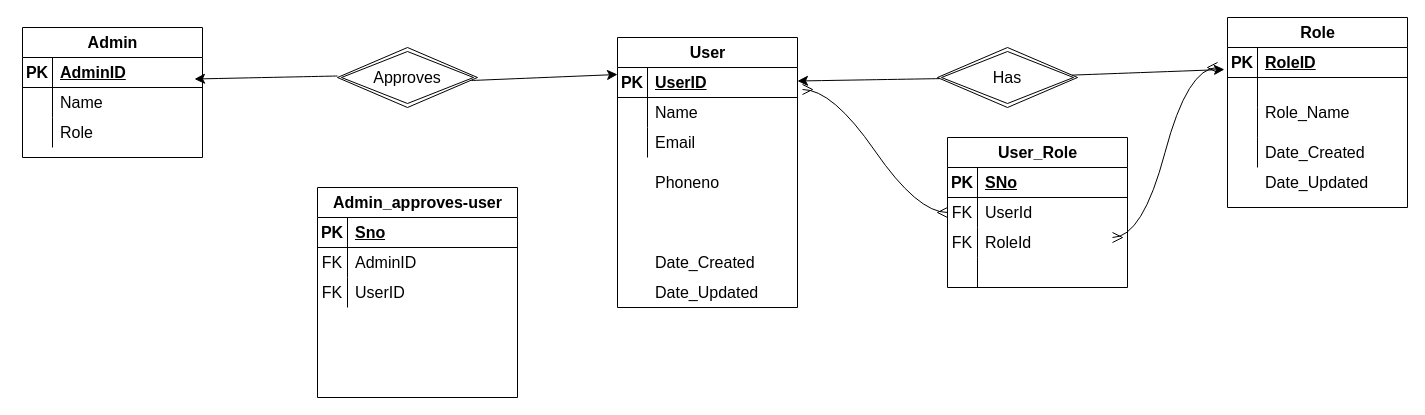
Earlier version of the draw.io diagram Untitled Diagram.drawio (PoojaSharma2906/Chatting-Application-Java). Source tidied: cells renumbered, new cells numbered last; positions are measured from the earlier drawing's top-left corner, leaving out a move shared by most shapes. Both pictures are drawn from the tidied source at 100%, with x=0, y=0 at pixel (22, 17).
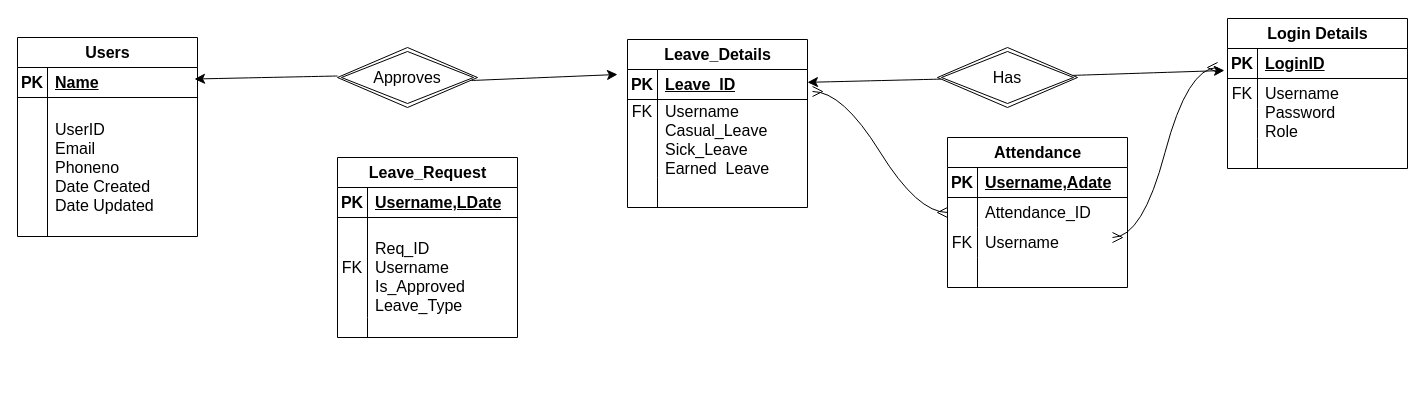
After the change.

The change refers to these unchanged cells:
```xml
<mxCell id="3" style="shape=tableRow;horizontal=0;startSize=0;swimlaneHead=0;swimlaneBody=0;fillColor=none;points=[[0,0.5],[1,0.5]];portConstraint=eastwest;top=0;left=0;right=0;bottom=1;fontSize=16;" parent="2" vertex="1">
  <mxGeometry y="30" width="180" height="30" as="geometry" />
</mxCell>
<mxCell id="13" style="shape=tableRow;horizontal=0;startSize=0;swimlaneHead=0;swimlaneBody=0;fillColor=none;points=[[0,0.5],[1,0.5]];portConstraint=eastwest;top=0;left=0;right=0;bottom=1;fontSize=16;" parent="12" vertex="1">
  <mxGeometry y="30" width="180" height="30" as="geometry" />
</mxCell>
<mxCell id="16" style="shape=tableRow;horizontal=0;startSize=0;swimlaneHead=0;swimlaneBody=0;fillColor=none;top=0;left=0;right=0;bottom=0;fontSize=16;" parent="12" vertex="1">
  <mxGeometry y="60" width="180" height="30" as="geometry" />
</mxCell>
<mxCell id="35" style="shape=tableRow;horizontal=0;startSize=0;swimlaneHead=0;swimlaneBody=0;fillColor=none;top=0;left=0;right=0;bottom=1;fontSize=16;" parent="34" vertex="1">
  <mxGeometry y="30" width="180" height="30" as="geometry" />
</mxCell>
<mxCell id="38" style="shape=tableRow;horizontal=0;startSize=0;swimlaneHead=0;swimlaneBody=0;fillColor=none;top=0;left=0;right=0;bottom=0;fontSize=16;" parent="34" vertex="1">
  <mxGeometry y="60" width="180" height="30" as="geometry" />
</mxCell>
<mxCell id="41" style="shape=tableRow;horizontal=0;startSize=0;swimlaneHead=0;swimlaneBody=0;fillColor=none;top=0;left=0;right=0;bottom=0;fontSize=16;" parent="34" vertex="1">
  <mxGeometry y="90" width="180" height="30" as="geometry" />
</mxCell>
<mxCell id="50" style="shape=tableRow;horizontal=0;startSize=0;swimlaneHead=0;swimlaneBody=0;fillColor=none;top=0;left=0;right=0;bottom=1;fontSize=16;" parent="49" vertex="1">
  <mxGeometry y="30" width="180" height="30" as="geometry" />
</mxCell>
```

Diff of the diagram source:
```diff
@@
-    <mxCell id="2" value="User" style="shape=table;startSize=30;childLayout=tableLayout;rowLines=0;fontStyle=1;align=center;html=1;fontSize=16;" parent="1" vertex="1">
-      <mxGeometry x="595" y="20" width="180" height="270" as="geometry" />
+    <mxCell id="2" value="Leave_Details" style="shape=table;startSize=30;childLayout=tableLayout;rowLines=0;fontStyle=1;align=center;html=1;fontSize=16;" parent="1" vertex="1">
+      <mxGeometry x="605" y="22" width="180" height="168" as="geometry" />
     </mxCell>
@@
-    <mxCell id="5" value="UserID" style="shape=partialRectangle;fillColor=none;top=0;left=0;bottom=0;right=0;align=left;spacingLeft=6;fontStyle=5;overflow=hidden;whiteSpace=wrap;html=1;fontSize=16;" parent="3" vertex="1">
+    <mxCell id="5" value="Leave_ID" style="shape=partialRectangle;fillColor=none;top=0;left=0;bottom=0;right=0;align=left;spacingLeft=6;fontStyle=5;overflow=hidden;whiteSpace=wrap;html=1;fontSize=16;" parent="3" vertex="1">
       <mxGeometry x="30" width="150" height="30" as="geometry" />
     </mxCell>
     <mxCell id="6" style="shape=tableRow;horizontal=0;startSize=0;swimlaneHead=0;swimlaneBody=0;fillColor=none;top=0;left=0;right=0;bottom=0;fontSize=16;" parent="2" vertex="1">
-      <mxGeometry y="60" width="180" height="30" as="geometry" />
+      <mxGeometry y="60" width="180" height="78" as="geometry" />
     </mxCell>
-    <mxCell id="7" style="shape=partialRectangle;fillColor=none;top=0;left=0;bottom=0;right=0;overflow=hidden;whiteSpace=wrap;html=1;fontSize=16;" parent="6" vertex="1">
-      <mxGeometry width="30" height="30" as="geometry" />
+    <mxCell id="7" value="FK&lt;br&gt;&lt;br&gt;&lt;br&gt;&lt;br&gt;" style="shape=partialRectangle;fillColor=none;top=0;left=0;bottom=0;right=0;overflow=hidden;whiteSpace=wrap;html=1;fontSize=16;" parent="6" vertex="1">
+      <mxGeometry width="30" height="78" as="geometry" />
     </mxCell>
-    <mxCell id="8" value="Name" style="shape=partialRectangle;fillColor=none;top=0;left=0;bottom=0;right=0;align=left;spacingLeft=6;overflow=hidden;whiteSpace=wrap;html=1;fontSize=16;" parent="6" vertex="1">
-      <mxGeometry x="30" width="150" height="30" as="geometry" />
+    <mxCell id="8" value="Username&lt;br&gt;Casual_Leave&lt;br&gt;Sick_Leave&lt;br&gt;Earned_Leave&lt;br&gt;" style="shape=partialRectangle;fillColor=none;top=0;left=0;bottom=0;right=0;align=left;spacingLeft=6;overflow=hidden;whiteSpace=wrap;html=1;fontSize=16;" parent="6" vertex="1">
+      <mxGeometry x="30" width="150" height="78" as="geometry" />
     </mxCell>
     <mxCell id="9" style="shape=tableRow;horizontal=0;startSize=0;swimlaneHead=0;swimlaneBody=0;fillColor=none;top=0;left=0;right=0;bottom=0;fontSize=16;" parent="2" vertex="1">
-      <mxGeometry y="90" width="180" height="30" as="geometry" />
+      <mxGeometry y="138" width="180" height="30" as="geometry" />
     </mxCell>
@@
-    <mxCell id="11" value="Email" style="shape=partialRectangle;fillColor=none;top=0;left=0;bottom=0;right=0;align=left;spacingLeft=6;overflow=hidden;whiteSpace=wrap;html=1;fontSize=16;" parent="9" vertex="1">
+    <mxCell id="11" style="shape=partialRectangle;fillColor=none;top=0;left=0;bottom=0;right=0;align=left;spacingLeft=6;overflow=hidden;whiteSpace=wrap;html=1;fontSize=16;" parent="9" vertex="1">
       <mxGeometry x="30" width="150" height="30" as="geometry" />
     </mxCell>
-    <mxCell id="12" value="Role" style="shape=table;startSize=30;childLayout=tableLayout;rowLines=0;fontStyle=1;align=center;html=1;fontSize=16;" parent="1" vertex="1">
-      <mxGeometry x="1205" width="180" height="190" as="geometry" />
+    <mxCell id="12" value="Login Details" style="shape=table;startSize=30;childLayout=tableLayout;rowLines=0;fontStyle=1;align=center;html=1;fontSize=16;" parent="1" vertex="1">
+      <mxGeometry x="1205" y="1" width="180" height="150" as="geometry" />
     </mxCell>
@@
-    <mxCell id="15" value="RoleID" style="shape=partialRectangle;fillColor=none;top=0;left=0;bottom=0;right=0;align=left;spacingLeft=6;fontStyle=5;overflow=hidden;whiteSpace=wrap;html=1;fontSize=16;" parent="13" vertex="1">
+    <mxCell id="15" value="LoginID" style="shape=partialRectangle;fillColor=none;top=0;left=0;bottom=0;right=0;align=left;spacingLeft=6;fontStyle=5;overflow=hidden;whiteSpace=wrap;html=1;fontSize=16;" parent="13" vertex="1">
       <mxGeometry x="30" width="150" height="30" as="geometry" />
     </mxCell>
@@
-    <mxCell id="17" style="shape=partialRectangle;fillColor=none;top=0;left=0;bottom=0;right=0;overflow=hidden;whiteSpace=wrap;html=1;fontSize=16;" parent="16" vertex="1">
+    <mxCell id="17" value="FK" style="shape=partialRectangle;fillColor=none;top=0;left=0;bottom=0;right=0;overflow=hidden;whiteSpace=wrap;html=1;fontSize=16;" parent="16" vertex="1">
       <mxGeometry width="30" height="30" as="geometry" />
     </mxCell>
@@
-    <mxCell id="28" value="Phoneno" style="shape=partialRectangle;fillColor=none;top=0;left=0;bottom=0;right=0;align=left;spacingLeft=6;overflow=hidden;whiteSpace=wrap;html=1;fontSize=16;" parent="1" vertex="1">
-      <mxGeometry x="625" y="150" width="150" height="30" as="geometry" />
-    </mxCell>
-    <mxCell id="29" value="Date_Created" style="shape=partialRectangle;fillColor=none;top=0;left=0;bottom=0;right=0;align=left;spacingLeft=6;overflow=hidden;whiteSpace=wrap;html=1;fontSize=16;" parent="1" vertex="1">
-      <mxGeometry x="625" y="230" width="150" height="30" as="geometry" />
-    </mxCell>
-    <mxCell id="30" value="Date_Updated" style="shape=partialRectangle;fillColor=none;top=0;left=0;bottom=0;right=0;align=left;spacingLeft=6;overflow=hidden;whiteSpace=wrap;html=1;fontSize=16;" parent="1" vertex="1">
-      <mxGeometry x="625" y="260" width="150" height="30" as="geometry" />
-    </mxCell>
-    <mxCell id="31" value="Role_Name" style="shape=partialRectangle;fillColor=none;top=0;left=0;bottom=0;right=0;align=left;spacingLeft=6;overflow=hidden;whiteSpace=wrap;html=1;fontSize=16;" parent="1" vertex="1">
-      <mxGeometry x="1235" y="80" width="150" height="30" as="geometry" />
+    <mxCell id="31" value="Username&lt;br&gt;Password&lt;br&gt;Role" style="shape=partialRectangle;fillColor=none;top=0;left=0;bottom=0;right=0;align=left;spacingLeft=6;overflow=hidden;whiteSpace=wrap;html=1;fontSize=16;" parent="1" vertex="1">
+      <mxGeometry x="1235" y="55" width="150" height="80" as="geometry" />
     </mxCell>
-    <mxCell id="32" value="Date_Created" style="shape=partialRectangle;fillColor=none;top=0;left=0;bottom=0;right=0;align=left;spacingLeft=6;overflow=hidden;whiteSpace=wrap;html=1;fontSize=16;" parent="1" vertex="1">
-      <mxGeometry x="1235" y="120" width="150" height="30" as="geometry" />
-    </mxCell>
-    <mxCell id="33" value="Date_Updated" style="shape=partialRectangle;fillColor=none;top=0;left=0;bottom=0;right=0;align=left;spacingLeft=6;overflow=hidden;whiteSpace=wrap;html=1;fontSize=16;" parent="1" vertex="1">
-      <mxGeometry x="1235" y="150" width="150" height="30" as="geometry" />
-    </mxCell>
-    <mxCell id="34" value="User_Role" style="shape=table;startSize=30;childLayout=tableLayout;rowLines=0;fontStyle=1;align=center;html=1;fontSize=16;" parent="1" vertex="1">
+    <mxCell id="34" value="Attendance" style="shape=table;startSize=30;childLayout=tableLayout;rowLines=0;fontStyle=1;align=center;html=1;fontSize=16;" parent="1" vertex="1">
       <mxGeometry x="925" y="120" width="180" height="150" as="geometry" />
     </mxCell>
@@
-    <mxCell id="37" value="SNo" style="shape=partialRectangle;fillColor=none;top=0;left=0;bottom=0;right=0;align=left;spacingLeft=6;fontStyle=5;overflow=hidden;whiteSpace=wrap;html=1;fontSize=16;" parent="35" vertex="1">
+    <mxCell id="37" value="Username,Adate" style="shape=partialRectangle;fillColor=none;top=0;left=0;bottom=0;right=0;align=left;spacingLeft=6;fontStyle=5;overflow=hidden;whiteSpace=wrap;html=1;fontSize=16;" parent="35" vertex="1">
       <mxGeometry x="30" width="150" height="30" as="geometry" />
     </mxCell>
@@
-    <mxCell id="39" value="FK" style="shape=partialRectangle;fillColor=none;top=0;left=0;bottom=0;right=0;overflow=hidden;whiteSpace=wrap;html=1;fontSize=16;" parent="38" vertex="1">
+    <mxCell id="39" style="shape=partialRectangle;fillColor=none;top=0;left=0;bottom=0;right=0;overflow=hidden;whiteSpace=wrap;html=1;fontSize=16;" parent="38" vertex="1">
       <mxGeometry width="30" height="30" as="geometry" />
     </mxCell>
-    <mxCell id="40" value="UserId" style="shape=partialRectangle;fillColor=none;top=0;left=0;bottom=0;right=0;align=left;spacingLeft=6;overflow=hidden;whiteSpace=wrap;html=1;fontSize=16;" parent="38" vertex="1">
+    <mxCell id="40" value="Attendance_ID&lt;br&gt;" style="shape=partialRectangle;fillColor=none;top=0;left=0;bottom=0;right=0;align=left;spacingLeft=6;overflow=hidden;whiteSpace=wrap;html=1;fontSize=16;" parent="38" vertex="1">
       <mxGeometry x="30" width="150" height="30" as="geometry" />
     </mxCell>
@@
-    <mxCell id="43" value="RoleId" style="shape=partialRectangle;fillColor=none;top=0;left=0;bottom=0;right=0;align=left;spacingLeft=6;overflow=hidden;whiteSpace=wrap;html=1;fontSize=16;" parent="41" vertex="1">
+    <mxCell id="43" value="Username" style="shape=partialRectangle;fillColor=none;top=0;left=0;bottom=0;right=0;align=left;spacingLeft=6;overflow=hidden;whiteSpace=wrap;html=1;fontSize=16;" parent="41" vertex="1">
       <mxGeometry x="30" width="150" height="30" as="geometry" />
     </mxCell>
@@
-    <mxCell id="49" value="Admin" style="shape=table;startSize=30;childLayout=tableLayout;rowLines=0;fontStyle=1;align=center;html=1;fontSize=16;" parent="1" vertex="1">
-      <mxGeometry y="10" width="180" height="130" as="geometry" />
+    <mxCell id="49" value="Users" style="shape=table;startSize=30;childLayout=tableLayout;rowLines=0;fontStyle=1;align=center;html=1;fontSize=16;" parent="1" vertex="1">
+      <mxGeometry x="-5" y="20" width="180" height="199" as="geometry" />
     </mxCell>
@@
-    <mxCell id="52" value="AdminID" style="shape=partialRectangle;fillColor=none;top=0;left=0;bottom=0;right=0;align=left;spacingLeft=6;fontStyle=5;overflow=hidden;whiteSpace=wrap;html=1;fontSize=16;" parent="50" vertex="1">
+    <mxCell id="52" value="Name" style="shape=partialRectangle;fillColor=none;top=0;left=0;bottom=0;right=0;align=left;spacingLeft=6;fontStyle=5;overflow=hidden;whiteSpace=wrap;html=1;fontSize=16;" parent="50" vertex="1">
       <mxGeometry x="30" width="150" height="30" as="geometry" />
     </mxCell>
-    <mxCell id="53" style="shape=tableRow;horizontal=0;startSize=0;swimlaneHead=0;swimlaneBody=0;fillColor=none;top=0;left=0;right=0;bottom=0;fontSize=16;" parent="49" vertex="1">
-      <mxGeometry y="60" width="180" height="30" as="geometry" />
-    </mxCell>
-    <mxCell id="54" style="shape=partialRectangle;fillColor=none;top=0;left=0;bottom=0;right=0;overflow=hidden;whiteSpace=wrap;html=1;fontSize=16;" parent="53" vertex="1">
-      <mxGeometry width="30" height="30" as="geometry" />
-    </mxCell>
-    <mxCell id="55" value="Name" style="shape=partialRectangle;fillColor=none;top=0;left=0;bottom=0;right=0;align=left;spacingLeft=6;overflow=hidden;whiteSpace=wrap;html=1;fontSize=16;" parent="53" vertex="1">
-      <mxGeometry x="30" width="150" height="30" as="geometry" />
-    </mxCell>
     <mxCell id="56" style="shape=tableRow;horizontal=0;startSize=0;swimlaneHead=0;swimlaneBody=0;fillColor=none;top=0;left=0;right=0;bottom=0;fontSize=16;" parent="49" vertex="1">
-      <mxGeometry y="90" width="180" height="30" as="geometry" />
+      <mxGeometry y="60" width="180" height="139" as="geometry" />
     </mxCell>
     <mxCell id="57" style="shape=partialRectangle;fillColor=none;top=0;left=0;bottom=0;right=0;overflow=hidden;whiteSpace=wrap;html=1;fontSize=16;" parent="56" vertex="1">
-      <mxGeometry width="30" height="30" as="geometry" />
+      <mxGeometry width="30" height="139" as="geometry" />
     </mxCell>
-    <mxCell id="58" value="Role" style="shape=partialRectangle;fillColor=none;top=0;left=0;bottom=0;right=0;align=left;spacingLeft=6;overflow=hidden;whiteSpace=wrap;html=1;fontSize=16;" parent="56" vertex="1">
-      <mxGeometry x="30" width="150" height="30" as="geometry" />
+    <mxCell id="58" value="UserID&lt;br&gt;Email&lt;br&gt;Phoneno&lt;br&gt;Date Created&lt;br&gt;Date Updated" style="shape=partialRectangle;fillColor=none;top=0;left=0;bottom=0;right=0;align=left;spacingLeft=6;overflow=hidden;whiteSpace=wrap;html=1;fontSize=16;" parent="56" vertex="1">
+      <mxGeometry x="30" width="150" height="139" as="geometry" />
     </mxCell>
@@
-    <mxCell id="62" value="Admin_approves-user" style="shape=table;startSize=30;childLayout=tableLayout;rowLines=0;fontStyle=1;align=center;html=1;fontSize=16;" parent="1" vertex="1">
-      <mxGeometry x="295" y="170" width="200" height="210" as="geometry" />
-    </mxCell>
-    <mxCell id="63" style="shape=tableRow;horizontal=0;startSize=0;swimlaneHead=0;swimlaneBody=0;fillColor=none;top=0;left=0;right=0;bottom=1;fontSize=16;" parent="62" vertex="1">
-      <mxGeometry y="30" width="200" height="30" as="geometry" />
-    </mxCell>
+    <mxCell id="72" value="Leave_Request" style="shape=table;startSize=30;childLayout=tableLayout;rowLines=0;fontStyle=1;align=center;html=1;fontSize=16;" parent="1" vertex="1">
+      <mxGeometry x="315" y="140" width="180" height="180" as="geometry" />
+    </mxCell>
+    <mxCell id="73" style="shape=tableRow;horizontal=0;startSize=0;swimlaneHead=0;swimlaneBody=0;fillColor=none;top=0;left=0;right=0;bottom=1;fontSize=16;" parent="72" vertex="1">
+      <mxGeometry y="30" width="180" height="30" as="geometry" />
+    </mxCell>
-    <mxCell id="64" value="PK" style="shape=partialRectangle;fillColor=none;top=0;left=0;bottom=0;right=0;fontStyle=1;overflow=hidden;whiteSpace=wrap;html=1;fontSize=16;" parent="63" vertex="1">
+    <mxCell id="64" value="PK" style="shape=partialRectangle;fillColor=none;top=0;left=0;bottom=0;right=0;fontStyle=1;overflow=hidden;whiteSpace=wrap;html=1;fontSize=16;" parent="73" vertex="1">
       <mxGeometry width="30" height="30" as="geometry" />
     </mxCell>
-    <mxCell id="65" value="Sno" style="shape=partialRectangle;fillColor=none;top=0;left=0;bottom=0;right=0;align=left;spacingLeft=6;fontStyle=5;overflow=hidden;whiteSpace=wrap;html=1;fontSize=16;" parent="63" vertex="1">
-      <mxGeometry x="30" width="170" height="30" as="geometry" />
-    </mxCell>
-    <mxCell id="66" style="shape=tableRow;horizontal=0;startSize=0;swimlaneHead=0;swimlaneBody=0;fillColor=none;top=0;left=0;right=0;bottom=0;fontSize=16;" parent="62" vertex="1">
-      <mxGeometry y="60" width="200" height="30" as="geometry" />
-    </mxCell>
-    <mxCell id="67" value="FK" style="shape=partialRectangle;fillColor=none;top=0;left=0;bottom=0;right=0;overflow=hidden;whiteSpace=wrap;html=1;fontSize=16;" parent="66" vertex="1">
-      <mxGeometry width="30" height="30" as="geometry" />
-    </mxCell>
-    <mxCell id="68" value="AdminID" style="shape=partialRectangle;fillColor=none;top=0;left=0;bottom=0;right=0;align=left;spacingLeft=6;overflow=hidden;whiteSpace=wrap;html=1;fontSize=16;" parent="66" vertex="1">
-      <mxGeometry x="30" width="170" height="30" as="geometry" />
-    </mxCell>
-    <mxCell id="69" style="shape=tableRow;horizontal=0;startSize=0;swimlaneHead=0;swimlaneBody=0;fillColor=none;top=0;left=0;right=0;bottom=0;fontSize=16;" parent="62" vertex="1">
-      <mxGeometry y="90" width="200" height="30" as="geometry" />
-    </mxCell>
-    <mxCell id="70" value="FK" style="shape=partialRectangle;fillColor=none;top=0;left=0;bottom=0;right=0;overflow=hidden;whiteSpace=wrap;html=1;fontSize=16;" parent="69" vertex="1">
-      <mxGeometry width="30" height="30" as="geometry" />
-    </mxCell>
-    <mxCell id="71" value="UserID" style="shape=partialRectangle;fillColor=none;top=0;left=0;bottom=0;right=0;align=left;spacingLeft=6;overflow=hidden;whiteSpace=wrap;html=1;fontSize=16;" parent="69" vertex="1">
-      <mxGeometry x="30" width="170" height="30" as="geometry" />
-    </mxCell>
+    <mxCell id="74" value="Username,LDate" style="shape=partialRectangle;fillColor=none;top=0;left=0;bottom=0;right=0;align=left;spacingLeft=6;fontStyle=5;overflow=hidden;whiteSpace=wrap;html=1;fontSize=16;" parent="73" vertex="1">
+      <mxGeometry x="30" width="150" height="30" as="geometry" />
+    </mxCell>
+    <mxCell id="75" style="shape=tableRow;horizontal=0;startSize=0;swimlaneHead=0;swimlaneBody=0;fillColor=none;top=0;left=0;right=0;bottom=0;fontSize=16;" parent="72" vertex="1">
+      <mxGeometry y="60" width="180" height="100" as="geometry" />
+    </mxCell>
+    <mxCell id="76" value="FK" style="shape=partialRectangle;fillColor=none;top=0;left=0;bottom=0;right=0;overflow=hidden;whiteSpace=wrap;html=1;fontSize=16;" parent="75" vertex="1">
+      <mxGeometry width="30" height="100" as="geometry" />
+    </mxCell>
+    <mxCell id="77" value="&lt;br&gt;Req_ID&lt;br&gt;Username&lt;br&gt;Is_Approved&lt;br&gt;Leave_Type" style="shape=partialRectangle;fillColor=none;top=0;left=0;bottom=0;right=0;align=left;spacingLeft=6;overflow=hidden;whiteSpace=wrap;html=1;fontSize=16;" parent="75" vertex="1">
+      <mxGeometry x="30" width="150" height="100" as="geometry" />
+    </mxCell>
+    <mxCell id="78" style="shape=tableRow;horizontal=0;startSize=0;swimlaneHead=0;swimlaneBody=0;fillColor=none;top=0;left=0;right=0;bottom=0;fontSize=16;" parent="72" vertex="1">
+      <mxGeometry y="160" width="180" height="20" as="geometry" />
+    </mxCell>
+    <mxCell id="79" style="shape=partialRectangle;fillColor=none;top=0;left=0;bottom=0;right=0;overflow=hidden;whiteSpace=wrap;html=1;fontSize=16;" parent="78" vertex="1">
+      <mxGeometry width="30" height="20" as="geometry" />
+    </mxCell>
+    <mxCell id="80" style="shape=partialRectangle;fillColor=none;top=0;left=0;bottom=0;right=0;align=left;spacingLeft=6;overflow=hidden;whiteSpace=wrap;html=1;fontSize=16;" parent="78" vertex="1">
+      <mxGeometry x="30" width="150" height="20" as="geometry" />
+    </mxCell>
```
